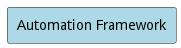
Before: docs/edgemere/aml/ds/af/usecases.png, a diagram exported from PlantUML (madajaju/edgemere). Its diagram source:
```plantuml
@startuml

left to right direction


rectangle "Automation Framework" #lightblue {
}


@enduml
```
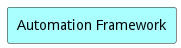
Above is the later version.

The edit, as a diff of the source:
```diff
@@ -3,7 +3,7 @@
 left to right direction
 
 
-rectangle "Automation Framework" #lightblue {
+rectangle "Automation Framework" #aaffff {
 }
 
 
```
